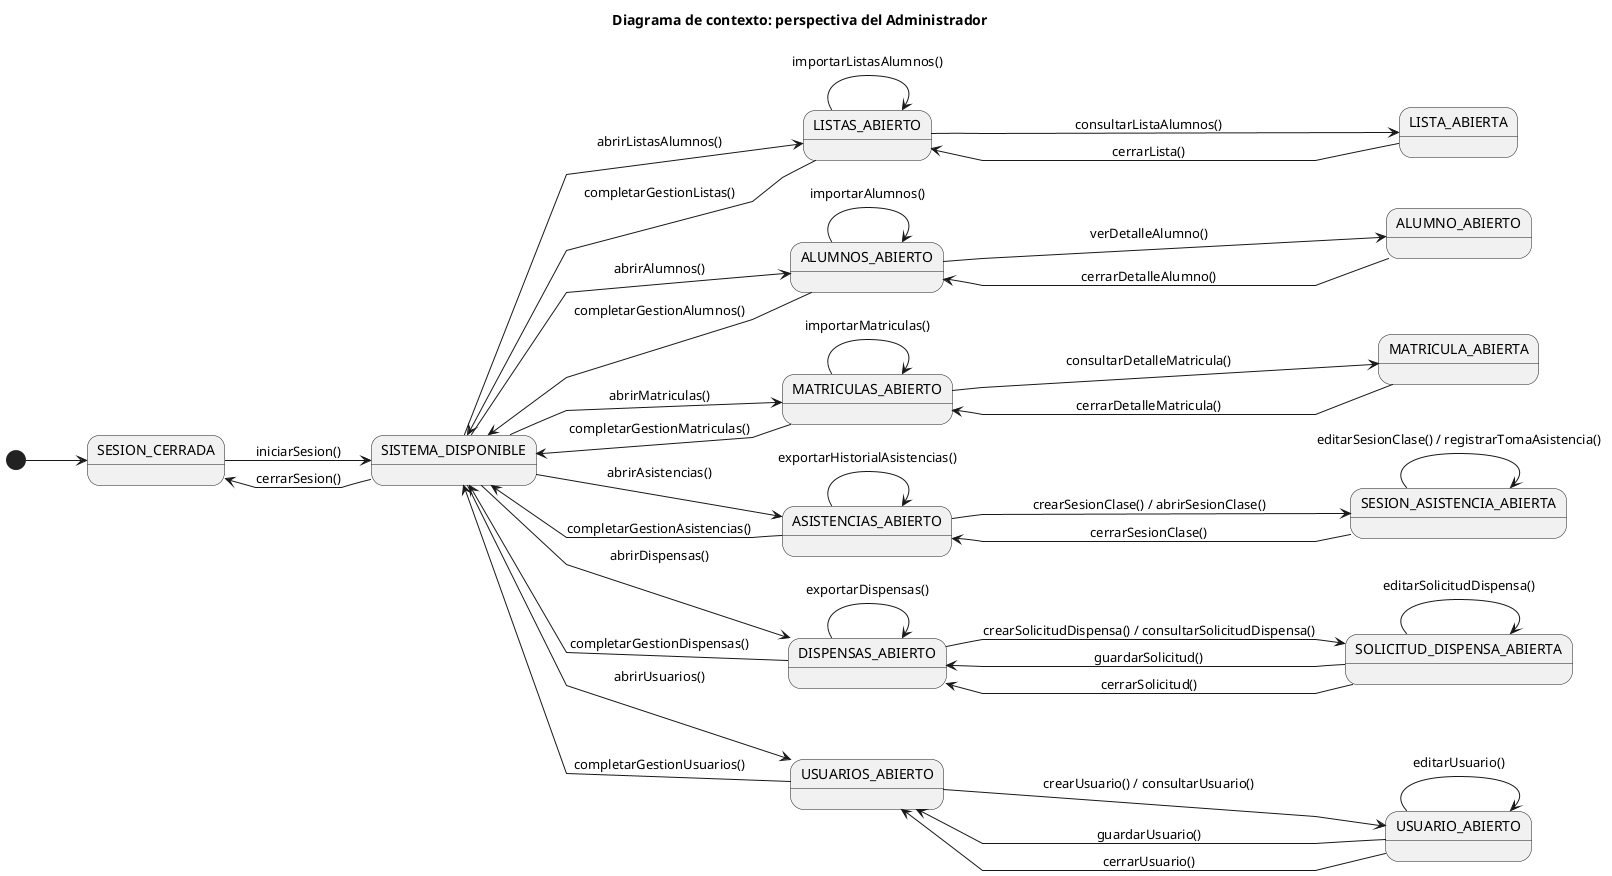
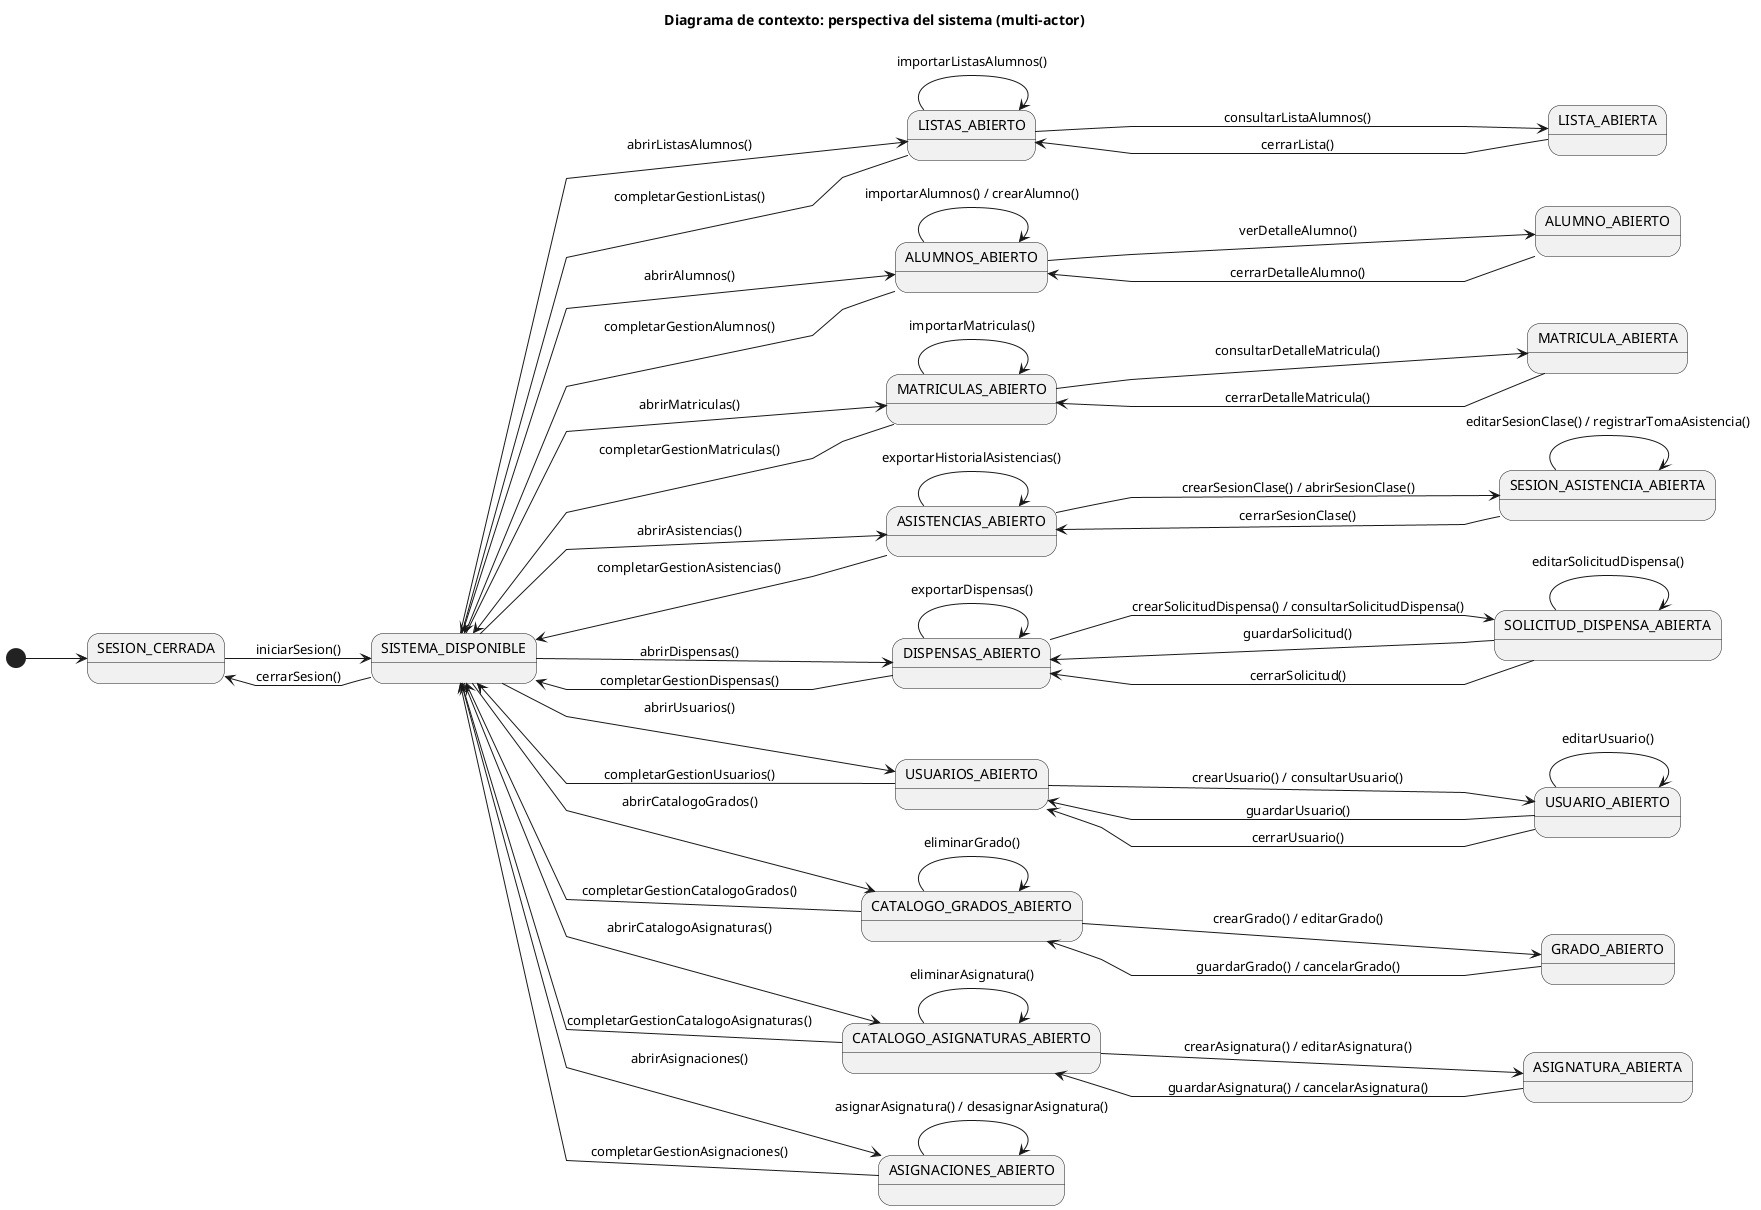
@startuml DiagramaDeContexto
- title Diagrama de contexto: perspectiva del Administrador
+ title Diagrama de contexto: perspectiva del sistema (multi-actor)
left to right direction
skinparam linetype polyline

[*] --> SESION_CERRADA

SESION_CERRADA --> SISTEMA_DISPONIBLE : iniciarSesion()
SISTEMA_DISPONIBLE --> SESION_CERRADA : cerrarSesion()

'==========================================
'  MÓDULO LISTAS DE ALUMNOS (solo importar + consulta)
'==========================================
SISTEMA_DISPONIBLE --> LISTAS_ABIERTO : abrirListasAlumnos()
LISTAS_ABIERTO --> SISTEMA_DISPONIBLE : completarGestionListas()

' Importar todas las listas desde el sistema externo
LISTAS_ABIERTO --> LISTAS_ABIERTO : importarListasAlumnos()

' Consultar el detalle de una lista (solo lectura)
LISTAS_ABIERTO --> LISTA_ABIERTA : consultarListaAlumnos()
LISTA_ABIERTA --> LISTAS_ABIERTO : cerrarLista()

'==========================================
'  MÓDULO ALUMNOS (solo importación y consulta)
'==========================================
SISTEMA_DISPONIBLE --> ALUMNOS_ABIERTO : abrirAlumnos()
ALUMNOS_ABIERTO --> SISTEMA_DISPONIBLE : completarGestionAlumnos()

- ALUMNOS_ABIERTO --> ALUMNOS_ABIERTO : importarAlumnos()
+ ALUMNOS_ABIERTO --> ALUMNOS_ABIERTO : importarAlumnos() / crearAlumno()
ALUMNOS_ABIERTO --> ALUMNO_ABIERTO : verDetalleAlumno()

ALUMNO_ABIERTO --> ALUMNOS_ABIERTO : cerrarDetalleAlumno()

'==========================================
'  MÓDULO MATRÍCULAS (solo importación y consulta)
'==========================================
SISTEMA_DISPONIBLE --> MATRICULAS_ABIERTO : abrirMatriculas()
MATRICULAS_ABIERTO --> SISTEMA_DISPONIBLE : completarGestionMatriculas()

MATRICULAS_ABIERTO --> MATRICULAS_ABIERTO : importarMatriculas()
MATRICULAS_ABIERTO --> MATRICULA_ABIERTA : consultarDetalleMatricula()

MATRICULA_ABIERTA --> MATRICULAS_ABIERTO : cerrarDetalleMatricula()

'==========================================
'  MÓDULO ASISTENCIAS
'==========================================
SISTEMA_DISPONIBLE --> ASISTENCIAS_ABIERTO : abrirAsistencias()
ASISTENCIAS_ABIERTO --> SISTEMA_DISPONIBLE : completarGestionAsistencias()

ASISTENCIAS_ABIERTO --> ASISTENCIAS_ABIERTO        : exportarHistorialAsistencias()
ASISTENCIAS_ABIERTO --> SESION_ASISTENCIA_ABIERTA : crearSesionClase() / abrirSesionClase()

SESION_ASISTENCIA_ABIERTA --> SESION_ASISTENCIA_ABIERTA : editarSesionClase() / registrarTomaAsistencia()
SESION_ASISTENCIA_ABIERTA --> ASISTENCIAS_ABIERTO      : cerrarSesionClase()

'==========================================
'  MÓDULO DISPENSAS
'==========================================
SISTEMA_DISPONIBLE --> DISPENSAS_ABIERTO : abrirDispensas()
DISPENSAS_ABIERTO --> SISTEMA_DISPONIBLE : completarGestionDispensas()

DISPENSAS_ABIERTO --> SOLICITUD_DISPENSA_ABIERTA : crearSolicitudDispensa() / consultarSolicitudDispensa()
DISPENSAS_ABIERTO --> DISPENSAS_ABIERTO         : exportarDispensas()

SOLICITUD_DISPENSA_ABIERTA --> SOLICITUD_DISPENSA_ABIERTA : editarSolicitudDispensa()
SOLICITUD_DISPENSA_ABIERTA --> DISPENSAS_ABIERTO         : guardarSolicitud()
SOLICITUD_DISPENSA_ABIERTA --> DISPENSAS_ABIERTO         : cerrarSolicitud()

'==========================================
'  MÓDULO USUARIOS Y ROLES (ADMINISTRADOR)
'==========================================
SISTEMA_DISPONIBLE --> USUARIOS_ABIERTO : abrirUsuarios()
USUARIOS_ABIERTO --> SISTEMA_DISPONIBLE : completarGestionUsuarios()

USUARIOS_ABIERTO --> USUARIO_ABIERTO : crearUsuario() / consultarUsuario()

USUARIO_ABIERTO --> USUARIO_ABIERTO   : editarUsuario()
USUARIO_ABIERTO --> USUARIOS_ABIERTO  : guardarUsuario()
USUARIO_ABIERTO --> USUARIOS_ABIERTO  : cerrarUsuario()

+ '==========================================
+ '  MÓDULO CATÁLOGO DE GRADOS (SECRETARIA)
+ '==========================================
+ SISTEMA_DISPONIBLE --> CATALOGO_GRADOS_ABIERTO : abrirCatalogoGrados()
+ CATALOGO_GRADOS_ABIERTO --> SISTEMA_DISPONIBLE : completarGestionCatalogoGrados()
+ 
+ CATALOGO_GRADOS_ABIERTO --> CATALOGO_GRADOS_ABIERTO : eliminarGrado()
+ CATALOGO_GRADOS_ABIERTO --> GRADO_ABIERTO          : crearGrado() / editarGrado()
+ GRADO_ABIERTO --> CATALOGO_GRADOS_ABIERTO          : guardarGrado() / cancelarGrado()
+ 
+ '==========================================
+ '  MÓDULO CATÁLOGO DE ASIGNATURAS (SECRETARIA)
+ '==========================================
+ SISTEMA_DISPONIBLE --> CATALOGO_ASIGNATURAS_ABIERTO : abrirCatalogoAsignaturas()
+ CATALOGO_ASIGNATURAS_ABIERTO --> SISTEMA_DISPONIBLE : completarGestionCatalogoAsignaturas()
+ 
+ CATALOGO_ASIGNATURAS_ABIERTO --> CATALOGO_ASIGNATURAS_ABIERTO : eliminarAsignatura()
+ CATALOGO_ASIGNATURAS_ABIERTO --> ASIGNATURA_ABIERTA           : crearAsignatura() / editarAsignatura()
+ ASIGNATURA_ABIERTA --> CATALOGO_ASIGNATURAS_ABIERTO           : guardarAsignatura() / cancelarAsignatura()
+ 
+ '==========================================
+ '  MÓDULO ASIGNACIONES PROFESOR ↔ ASIGNATURA (SECRETARIA)
+ '==========================================
+ SISTEMA_DISPONIBLE --> ASIGNACIONES_ABIERTO : abrirAsignaciones()
+ ASIGNACIONES_ABIERTO --> SISTEMA_DISPONIBLE : completarGestionAsignaciones()
+ 
+ ASIGNACIONES_ABIERTO --> ASIGNACIONES_ABIERTO : asignarAsignatura() / desasignarAsignatura()
+ 
@enduml
